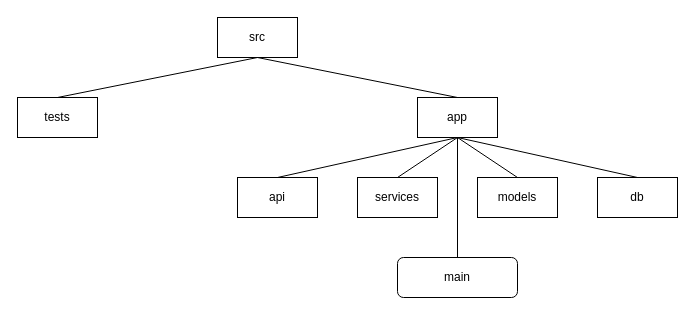
Earlier version of the draw.io diagram page "Project structure" (1 of 2) of docs/diagrams/design.drawio (dieisabel/cypherman). Source tidied: cells renumbered, new cells numbered last; positions are measured from the earlier drawing's top-left corner, leaving out a move shared by most shapes. Both pictures are drawn from the tidied source at 100%, with x=0, y=0 at pixel (17, 17).
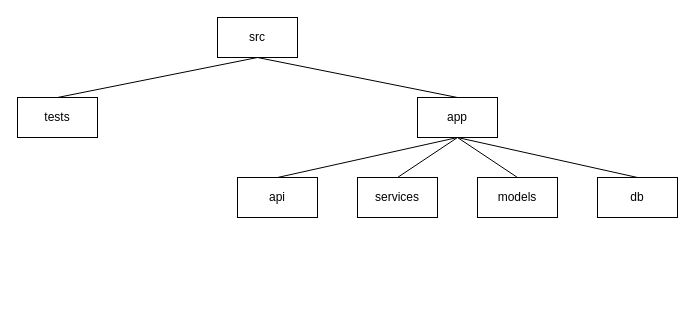
Above is the later version.

Commit message:
Add hashing service design

Diff of the diagram source:
```diff
@@
 <mxGraphModel>
   <root>
     <mxCell id="0" />
     <mxCell id="1" parent="0" />
     <mxCell id="2" value="src" style="rounded=0;whiteSpace=wrap;html=1;" parent="1" vertex="1">
       <mxGeometry x="200" width="80" height="40" as="geometry" />
     </mxCell>
     <mxCell id="3" value="app" style="rounded=0;whiteSpace=wrap;html=1;" parent="1" vertex="1">
       <mxGeometry x="400" y="80" width="80" height="40" as="geometry" />
     </mxCell>
     <mxCell id="4" style="endArrow=none;html=1;rounded=0;entryX=0.5;entryY=0;entryDx=0;entryDy=0;exitX=0.5;exitY=1;exitDx=0;exitDy=0;" parent="1" edge="1" source="2" target="3">
       <mxGeometry relative="1" as="geometry" />
     </mxCell>
     <mxCell id="5" value="tests" style="rounded=0;whiteSpace=wrap;html=1;" parent="1" vertex="1">
       <mxGeometry y="80" width="80" height="40" as="geometry" />
     </mxCell>
     <mxCell id="6" style="endArrow=none;html=1;rounded=0;exitX=0.5;exitY=0;exitDx=0;exitDy=0;entryX=0.5;entryY=1;entryDx=0;entryDy=0;" parent="1" edge="1" source="5" target="2">
       <mxGeometry relative="1" as="geometry" />
     </mxCell>
     <mxCell id="7" value="api" style="rounded=0;whiteSpace=wrap;html=1;" parent="1" vertex="1">
       <mxGeometry x="220" y="160" width="80" height="40" as="geometry" />
     </mxCell>
     <mxCell id="8" style="endArrow=none;html=1;rounded=0;exitX=0.5;exitY=0;exitDx=0;exitDy=0;entryX=0.5;entryY=1;entryDx=0;entryDy=0;" parent="1" edge="1" source="7" target="3">
       <mxGeometry relative="1" as="geometry" />
     </mxCell>
     <mxCell id="9" value="services" style="rounded=0;whiteSpace=wrap;html=1;" parent="1" vertex="1">
       <mxGeometry x="340" y="160" width="80" height="40" as="geometry" />
     </mxCell>
     <mxCell id="10" style="endArrow=none;html=1;rounded=0;entryX=0.5;entryY=1;entryDx=0;entryDy=0;exitX=0.5;exitY=0;exitDx=0;exitDy=0;" parent="1" edge="1" source="9" target="3">
       <mxGeometry relative="1" as="geometry" />
     </mxCell>
     <mxCell id="11" value="models" style="rounded=0;whiteSpace=wrap;html=1;" parent="1" vertex="1">
       <mxGeometry x="460" y="160" width="80" height="40" as="geometry" />
     </mxCell>
     <mxCell id="12" style="endArrow=none;html=1;rounded=0;entryX=0.5;entryY=1;entryDx=0;entryDy=0;exitX=0.5;exitY=0;exitDx=0;exitDy=0;" parent="1" edge="1" source="11" target="3">
       <mxGeometry relative="1" as="geometry" />
     </mxCell>
     <mxCell id="13" value="db" style="rounded=0;whiteSpace=wrap;html=1;" parent="1" vertex="1">
       <mxGeometry x="580" y="160" width="80" height="40" as="geometry" />
     </mxCell>
     <mxCell id="14" style="endArrow=none;html=1;rounded=0;entryX=0.5;entryY=1;entryDx=0;entryDy=0;exitX=0.5;exitY=0;exitDx=0;exitDy=0;" parent="1" edge="1" source="13" target="3">
       <mxGeometry relative="1" as="geometry" />
     </mxCell>
-    <mxCell id="15" value="main" style="rounded=1;whiteSpace=wrap;html=1;" parent="1" vertex="1">
-      <mxGeometry x="380" y="240" width="120" height="40" as="geometry" />
-    </mxCell>
-    <mxCell id="16" style="endArrow=none;html=1;rounded=0;exitX=0.5;exitY=0;exitDx=0;exitDy=0;entryX=0.5;entryY=1;entryDx=0;entryDy=0;" parent="1" edge="1" source="15" target="3">
-      <mxGeometry relative="1" as="geometry" />
-    </mxCell>
   </root>
 </mxGraphModel>
```
